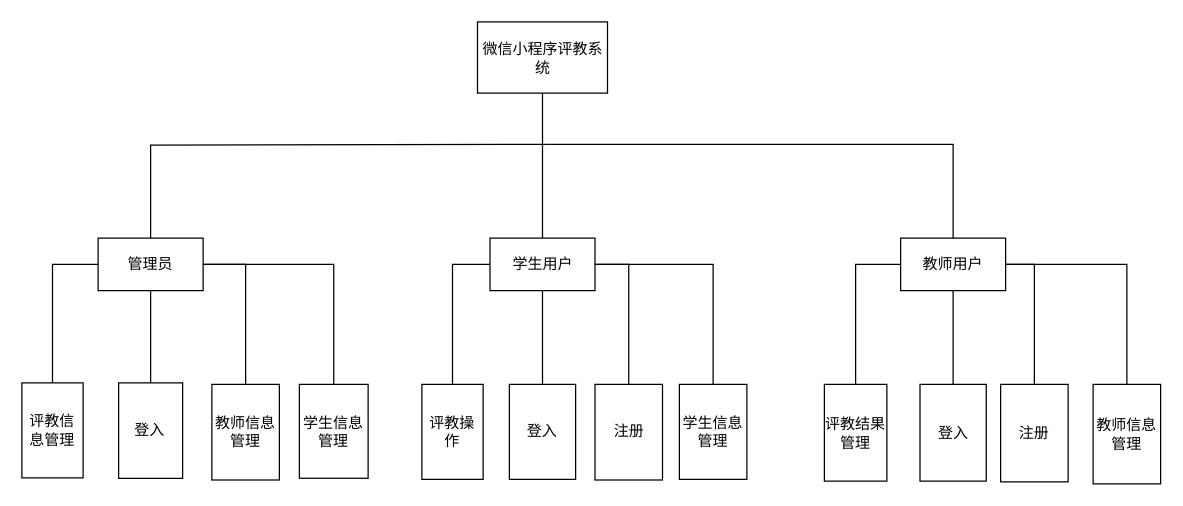
The draw.io diagram page "功能图" (6 of 8) of 未命名绘图.drawio in mao-user/2024code, before the edit. Source tidied: cells renumbered, new cells numbered last; positions are measured from the earlier drawing's top-left corner, leaving out a move shared by most shapes. Both pictures are drawn from the tidied source at 125%, with x=0, y=0 at pixel (21, 21).
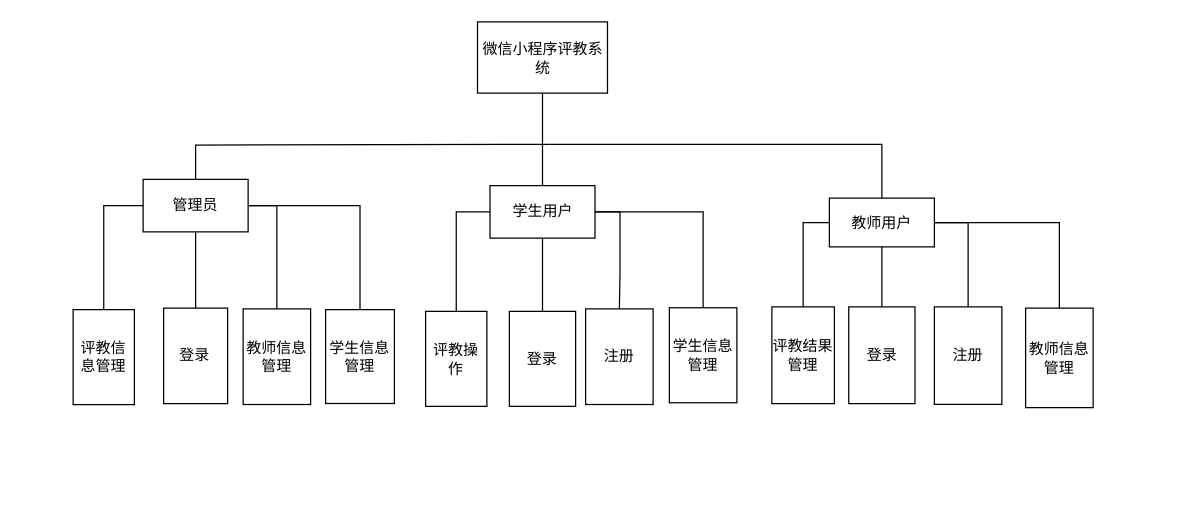
Above is the later version.

Commit message:
更新未命名绘图.drawio

Diff of the diagram source:
```diff
@@
     <mxCell id="4" value="学生用户" style="rounded=0;whiteSpace=wrap;html=1;" parent="1" vertex="1">
-      <mxGeometry x="374.5" y="173" width="84" height="42" as="geometry" />
+      <mxGeometry x="374.5" y="131" width="84" height="42" as="geometry" />
     </mxCell>
@@
     <mxCell id="9" value="评教操作" style="rounded=0;whiteSpace=wrap;html=1;" parent="1" vertex="1">
-      <mxGeometry x="320" y="290" width="49" height="76" as="geometry" />
+      <mxGeometry x="323" y="231.6" width="49" height="76" as="geometry" />
     </mxCell>
-    <mxCell id="10" value="登入" style="rounded=0;whiteSpace=wrap;html=1;" parent="1" vertex="1">
-      <mxGeometry x="390" y="290" width="53" height="76" as="geometry" />
+    <mxCell id="10" value="登录" style="rounded=0;whiteSpace=wrap;html=1;" parent="1" vertex="1">
+      <mxGeometry x="390" y="231.6" width="53" height="76" as="geometry" />
     </mxCell>
     <mxCell id="11" value="注册" style="rounded=0;whiteSpace=wrap;html=1;" parent="1" vertex="1">
-      <mxGeometry x="458.5" y="290" width="54" height="76.5" as="geometry" />
+      <mxGeometry x="451" y="229.6" width="54" height="76.5" as="geometry" />
     </mxCell>
     <mxCell id="12" value="学生信息管理" style="rounded=0;whiteSpace=wrap;html=1;" parent="1" vertex="1">
-      <mxGeometry x="526" y="290" width="54" height="76" as="geometry" />
+      <mxGeometry x="518" y="228.7" width="54" height="76" as="geometry" />
     </mxCell>
     <mxCell id="13" style="edgeStyle=orthogonalEdgeStyle;rounded=0;jettySize=auto;html=1;fontSize=12;startSize=8;endSize=8;endArrow=none;endFill=1;startFill=0;entryX=0.5;entryY=0;entryDx=0;entryDy=0;" parent="1" edge="1" target="17">
       <mxGeometry relative="1" as="geometry">
         <mxPoint x="422" y="98" as="sourcePoint" />
         <Array as="points">
-          <mxPoint x="745" y="98" />
+          <mxPoint x="688" y="98" />
         </Array>
       </mxGeometry>
     </mxCell>
@@
     <mxCell id="17" value="教师用户" style="rounded=0;whiteSpace=wrap;html=1;" parent="1" vertex="1">
-      <mxGeometry x="703" y="173" width="84" height="42" as="geometry" />
+      <mxGeometry x="646" y="141" width="84" height="39" as="geometry" />
     </mxCell>
     <mxCell id="18" value="评教结果管理" style="rounded=0;whiteSpace=wrap;html=1;" parent="1" vertex="1">
-      <mxGeometry x="642" y="290" width="50" height="77.4" as="geometry" />
+      <mxGeometry x="600" y="228" width="50" height="77.4" as="geometry" />
     </mxCell>
-    <mxCell id="19" value="登入" style="rounded=0;whiteSpace=wrap;html=1;" parent="1" vertex="1">
-      <mxGeometry x="718.5" y="290" width="53" height="77.4" as="geometry" />
+    <mxCell id="19" value="登录" style="rounded=0;whiteSpace=wrap;html=1;" parent="1" vertex="1">
+      <mxGeometry x="661.5" y="228" width="53" height="77.4" as="geometry" />
     </mxCell>
     <mxCell id="20" value="注册" style="rounded=0;whiteSpace=wrap;html=1;" parent="1" vertex="1">
-      <mxGeometry x="783" y="290" width="54" height="78" as="geometry" />
+      <mxGeometry x="730" y="228" width="54" height="78" as="geometry" />
     </mxCell>
     <mxCell id="21" value="教师信息管理" style="rounded=0;whiteSpace=wrap;html=1;" parent="1" vertex="1">
-      <mxGeometry x="857" y="290" width="54" height="79.6" as="geometry" />
+      <mxGeometry x="803" y="229" width="54" height="79.6" as="geometry" />
     </mxCell>
@@
     <mxCell id="24" value="管理员" style="rounded=0;whiteSpace=wrap;html=1;" parent="1" vertex="1">
-      <mxGeometry x="61" y="173" width="84" height="42" as="geometry" />
+      <mxGeometry x="97" y="126" width="84" height="42" as="geometry" />
     </mxCell>
@@
     <mxCell id="26" value="评教信息管理" style="rounded=0;whiteSpace=wrap;html=1;" parent="1" vertex="1">
-      <mxGeometry y="288.8" width="49" height="76" as="geometry" />
+      <mxGeometry x="41" y="230.2" width="49" height="76" as="geometry" />
     </mxCell>
-    <mxCell id="27" value="登入" style="rounded=0;whiteSpace=wrap;html=1;" parent="1" vertex="1">
-      <mxGeometry x="77.4" y="288.8" width="51.2" height="76.4" as="geometry" />
+    <mxCell id="27" value="登录" style="rounded=0;whiteSpace=wrap;html=1;" parent="1" vertex="1">
+      <mxGeometry x="113.4" y="229" width="51.2" height="76.4" as="geometry" />
     </mxCell>
@@
     <mxCell id="29" value="教师信息管理" style="rounded=0;whiteSpace=wrap;html=1;" parent="1" vertex="1">
-      <mxGeometry x="152" y="290" width="54" height="76.5" as="geometry" />
+      <mxGeometry x="177" y="229.6" width="54" height="76.5" as="geometry" />
     </mxCell>
@@
     <mxCell id="32" value="学生信息管理" style="rounded=0;whiteSpace=wrap;html=1;" parent="1" vertex="1">
-      <mxGeometry x="222" y="290" width="55" height="75.1" as="geometry" />
+      <mxGeometry x="243" y="230.2" width="55" height="75.1" as="geometry" />
     </mxCell>
```
